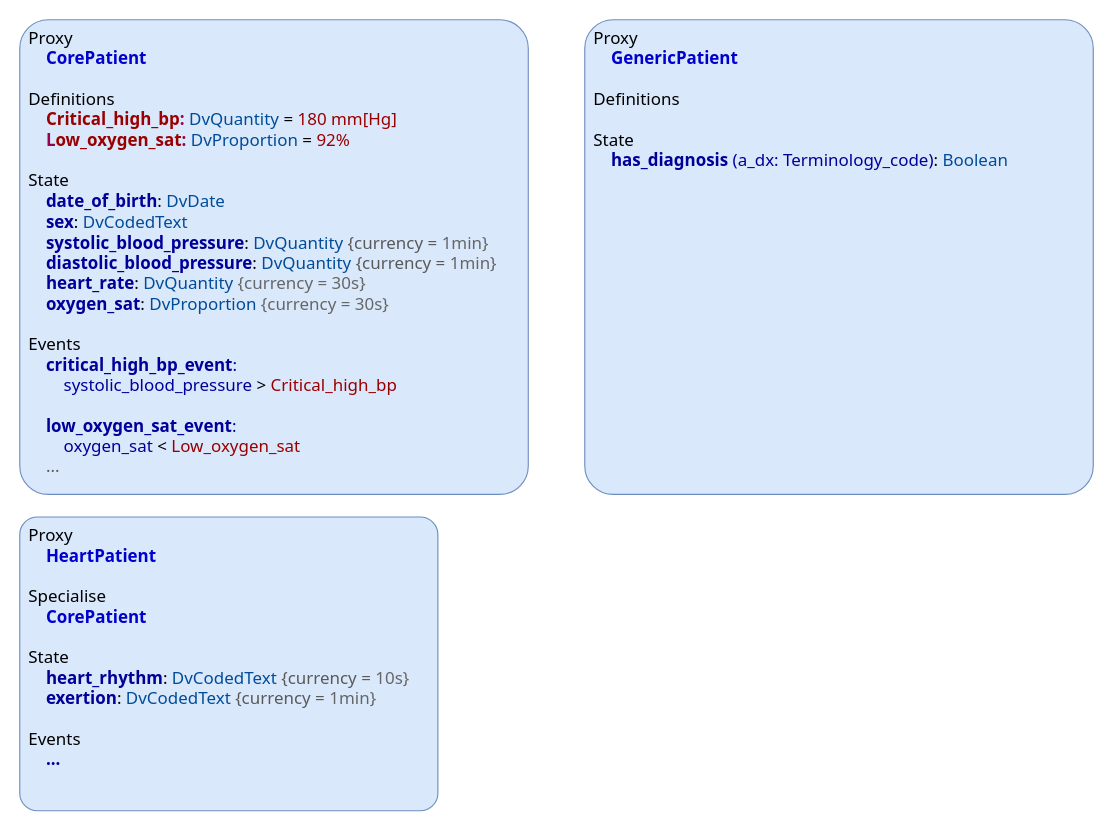
Before: docs/decision_language/diagrams/conceptual_proxy.drawio in openEHR/specifications-PROC, a draw.io diagram. Source tidied: cells renumbered, new cells numbered last; positions are measured from the earlier drawing's top-left corner, leaving out a move shared by most shapes. Both pictures are drawn from the tidied source at 113%, with x=0, y=0 at pixel (19, 19).
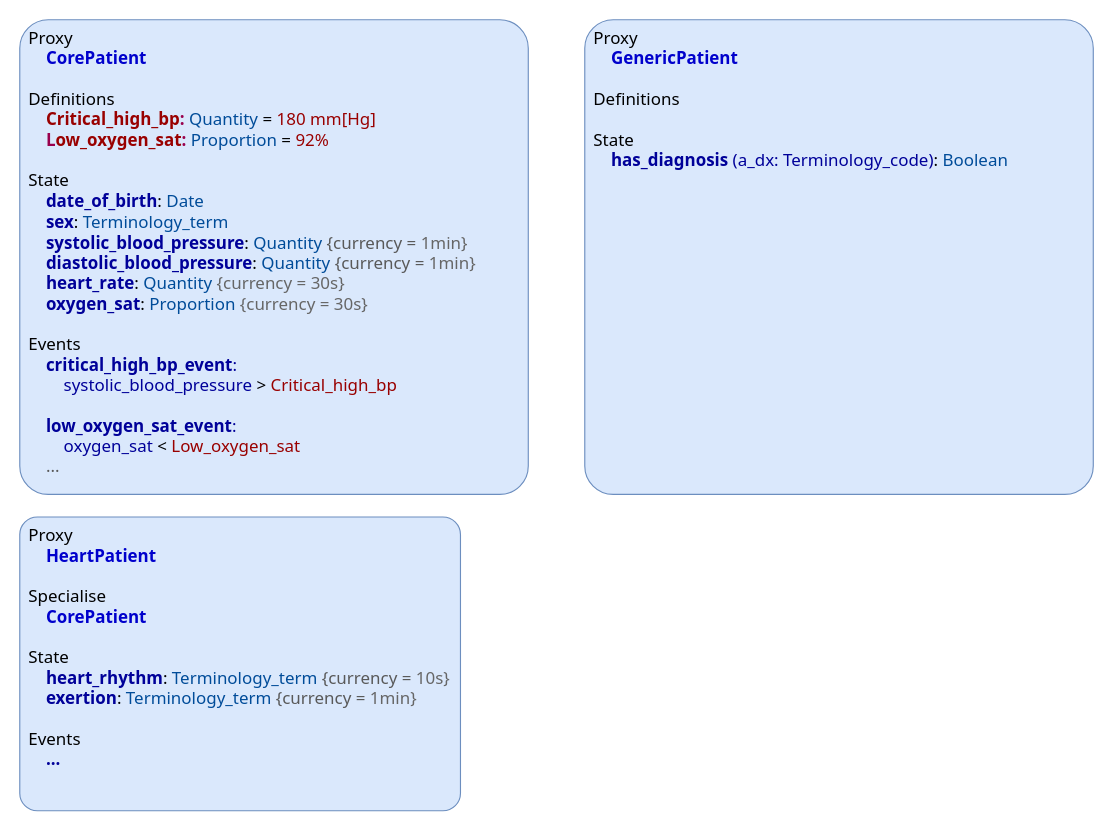
The same diagram, later.

Change to the diagram source:
```diff
@@
-    <mxCell id="2" value="&lt;div style=&quot;font-size: 15px&quot;&gt;&lt;font style=&quot;font-size: 15px&quot;&gt;&lt;span&gt;Proxy&lt;/span&gt;&lt;/font&gt;&lt;/div&gt;&lt;div style=&quot;font-size: 15px&quot;&gt;&lt;font style=&quot;font-size: 15px&quot;&gt;&lt;span&gt;&amp;nbsp; &amp;nbsp;&amp;nbsp;&lt;/span&gt;&lt;font style=&quot;font-size: 15px&quot;&gt;&lt;b&gt;&lt;font color=&quot;#0000cc&quot;&gt;HeartPatient&lt;/font&gt;&lt;/b&gt;&lt;font color=&quot;#004c99&quot;&gt;&amp;nbsp;&lt;/font&gt;&lt;/font&gt;&lt;/font&gt;&lt;/div&gt;&lt;div style=&quot;font-size: 15px&quot;&gt;&lt;font style=&quot;font-size: 15px&quot;&gt;&lt;font style=&quot;font-size: 15px&quot;&gt;&lt;font color=&quot;#004c99&quot;&gt;&lt;br&gt;&lt;/font&gt;&lt;/font&gt;&lt;/font&gt;&lt;/div&gt;&lt;div style=&quot;font-size: 15px&quot;&gt;Specialise&lt;/div&gt;&lt;div style=&quot;font-size: 15px&quot;&gt;&lt;font style=&quot;font-size: 15px&quot;&gt;&lt;font style=&quot;font-size: 15px&quot;&gt;&lt;font color=&quot;#004c99&quot;&gt;&amp;nbsp; &amp;nbsp;&amp;nbsp;&lt;/font&gt;&lt;b&gt;&lt;font color=&quot;#0000cc&quot;&gt;CorePatient&lt;/font&gt;&lt;/b&gt;&lt;/font&gt;&lt;/font&gt;&lt;/div&gt;&lt;div style=&quot;font-size: 15px&quot;&gt;&lt;br&gt;&lt;/div&gt;&lt;div style=&quot;font-size: 15px&quot;&gt;State&lt;/div&gt;&lt;font style=&quot;font-size: 15px&quot;&gt;&lt;span style=&quot;white-space: nowrap&quot;&gt;&lt;div style=&quot;font-weight: bold&quot;&gt;&lt;b&gt;&lt;font color=&quot;#990000&quot; style=&quot;font-size: 15px&quot;&gt;&amp;nbsp; &amp;nbsp; &lt;/font&gt;&lt;font style=&quot;font-size: 15px&quot; color=&quot;#000099&quot;&gt;heart_rhythm&lt;/font&gt;&lt;/b&gt;&lt;span style=&quot;font-weight: normal&quot;&gt;:&amp;nbsp;&lt;/span&gt;&lt;font color=&quot;#004c99&quot; style=&quot;font-weight: normal ; font-size: 15px&quot;&gt;DvCodedText&lt;/font&gt;&lt;span style=&quot;font-weight: normal&quot;&gt;&amp;nbsp;&lt;/span&gt;&lt;font color=&quot;#595959&quot; style=&quot;font-weight: normal ; font-size: 15px&quot;&gt;{currency =&amp;nbsp;&lt;/font&gt;&lt;font color=&quot;#666666&quot; style=&quot;font-weight: normal ; font-size: 15px&quot;&gt;10s}&lt;/font&gt;&lt;/div&gt;&lt;div&gt;&lt;div style=&quot;font-weight: bold&quot;&gt;&lt;b&gt;&lt;font color=&quot;#990000&quot;&gt;&amp;nbsp; &amp;nbsp; &lt;/font&gt;&lt;font color=&quot;#000099&quot;&gt;exertion&lt;/font&gt;&lt;/b&gt;&lt;span style=&quot;font-weight: normal&quot;&gt;:&amp;nbsp;&lt;/span&gt;&lt;font color=&quot;#004c99&quot; style=&quot;font-weight: normal&quot;&gt;DvCodedText&lt;/font&gt;&lt;span style=&quot;font-weight: normal&quot;&gt;&amp;nbsp;&lt;/span&gt;&lt;font color=&quot;#595959&quot; style=&quot;font-weight: normal&quot;&gt;{currency =&amp;nbsp;&lt;/font&gt;&lt;font color=&quot;#666666&quot; style=&quot;font-weight: normal&quot;&gt;1min}&lt;/font&gt;&lt;/div&gt;&lt;div style=&quot;font-weight: bold&quot;&gt;&lt;font color=&quot;#666666&quot; style=&quot;font-weight: normal&quot;&gt;&lt;br&gt;&lt;/font&gt;&lt;/div&gt;&lt;div style=&quot;font-weight: bold&quot;&gt;&lt;font style=&quot;font-weight: normal&quot;&gt;Events&lt;/font&gt;&lt;/div&gt;&lt;div&gt;&lt;font color=&quot;#666666&quot; style=&quot;font-weight: normal&quot;&gt;&amp;nbsp; &amp;nbsp; &lt;/font&gt;&lt;font color=&quot;#000099&quot;&gt;&lt;b&gt;...&lt;/b&gt;&lt;/font&gt;&lt;/div&gt;&lt;div style=&quot;font-weight: bold&quot;&gt;&lt;font color=&quot;#666666&quot; style=&quot;font-weight: normal&quot;&gt;&lt;br&gt;&lt;/font&gt;&lt;/div&gt;&lt;/div&gt;&lt;/span&gt;&lt;/font&gt;" style="rounded=1;whiteSpace=wrap;html=1;fontSize=16;arcSize=6;verticalAlign=top;fillColor=#dae8fc;strokeColor=#6c8ebf;fontFamily=Tahoma;align=left;spacingLeft=6;" parent="1" vertex="1">
-      <mxGeometry y="440" width="370" height="260" as="geometry" />
+    <mxCell id="2" value="&lt;div style=&quot;font-size: 15px&quot;&gt;&lt;font style=&quot;font-size: 15px&quot;&gt;&lt;span&gt;Proxy&lt;/span&gt;&lt;/font&gt;&lt;/div&gt;&lt;div style=&quot;font-size: 15px&quot;&gt;&lt;font style=&quot;font-size: 15px&quot;&gt;&lt;span&gt;&amp;nbsp; &amp;nbsp;&amp;nbsp;&lt;/span&gt;&lt;font style=&quot;font-size: 15px&quot;&gt;&lt;b&gt;&lt;font color=&quot;#0000cc&quot;&gt;HeartPatient&lt;/font&gt;&lt;/b&gt;&lt;font color=&quot;#004c99&quot;&gt;&amp;nbsp;&lt;/font&gt;&lt;/font&gt;&lt;/font&gt;&lt;/div&gt;&lt;div style=&quot;font-size: 15px&quot;&gt;&lt;font style=&quot;font-size: 15px&quot;&gt;&lt;font style=&quot;font-size: 15px&quot;&gt;&lt;font color=&quot;#004c99&quot;&gt;&lt;br&gt;&lt;/font&gt;&lt;/font&gt;&lt;/font&gt;&lt;/div&gt;&lt;div style=&quot;font-size: 15px&quot;&gt;Specialise&lt;/div&gt;&lt;div style=&quot;font-size: 15px&quot;&gt;&lt;font style=&quot;font-size: 15px&quot;&gt;&lt;font style=&quot;font-size: 15px&quot;&gt;&lt;font color=&quot;#004c99&quot;&gt;&amp;nbsp; &amp;nbsp;&amp;nbsp;&lt;/font&gt;&lt;b&gt;&lt;font color=&quot;#0000cc&quot;&gt;CorePatient&lt;/font&gt;&lt;/b&gt;&lt;/font&gt;&lt;/font&gt;&lt;/div&gt;&lt;div style=&quot;font-size: 15px&quot;&gt;&lt;br&gt;&lt;/div&gt;&lt;div style=&quot;font-size: 15px&quot;&gt;State&lt;/div&gt;&lt;font style=&quot;font-size: 15px&quot;&gt;&lt;span style=&quot;white-space: nowrap&quot;&gt;&lt;div style=&quot;font-weight: bold&quot;&gt;&lt;b&gt;&lt;font color=&quot;#990000&quot; style=&quot;font-size: 15px&quot;&gt;&amp;nbsp; &amp;nbsp; &lt;/font&gt;&lt;font style=&quot;font-size: 15px&quot; color=&quot;#000099&quot;&gt;heart_rhythm&lt;/font&gt;&lt;/b&gt;&lt;span style=&quot;font-weight: normal&quot;&gt;:&amp;nbsp;&lt;/span&gt;&lt;font color=&quot;#004c99&quot; style=&quot;font-weight: normal ; font-size: 15px&quot;&gt;Terminology_term&lt;/font&gt;&lt;span style=&quot;font-weight: normal&quot;&gt;&amp;nbsp;&lt;/span&gt;&lt;font color=&quot;#595959&quot; style=&quot;font-weight: normal ; font-size: 15px&quot;&gt;{currency =&amp;nbsp;&lt;/font&gt;&lt;font color=&quot;#666666&quot; style=&quot;font-weight: normal ; font-size: 15px&quot;&gt;10s}&lt;/font&gt;&lt;/div&gt;&lt;div&gt;&lt;div style=&quot;font-weight: bold&quot;&gt;&lt;b&gt;&lt;font color=&quot;#990000&quot;&gt;&amp;nbsp; &amp;nbsp; &lt;/font&gt;&lt;font color=&quot;#000099&quot;&gt;exertion&lt;/font&gt;&lt;/b&gt;&lt;span style=&quot;font-weight: normal&quot;&gt;:&amp;nbsp;&lt;/span&gt;&lt;font color=&quot;#004c99&quot; style=&quot;font-weight: normal&quot;&gt;Terminology_term&lt;/font&gt;&lt;span style=&quot;font-weight: normal&quot;&gt;&amp;nbsp;&lt;/span&gt;&lt;font color=&quot;#595959&quot; style=&quot;font-weight: normal&quot;&gt;{currency =&amp;nbsp;&lt;/font&gt;&lt;font color=&quot;#666666&quot; style=&quot;font-weight: normal&quot;&gt;1min}&lt;/font&gt;&lt;/div&gt;&lt;div style=&quot;font-weight: bold&quot;&gt;&lt;font color=&quot;#666666&quot; style=&quot;font-weight: normal&quot;&gt;&lt;br&gt;&lt;/font&gt;&lt;/div&gt;&lt;div style=&quot;font-weight: bold&quot;&gt;&lt;font style=&quot;font-weight: normal&quot;&gt;Events&lt;/font&gt;&lt;/div&gt;&lt;div&gt;&lt;font color=&quot;#666666&quot; style=&quot;font-weight: normal&quot;&gt;&amp;nbsp; &amp;nbsp; &lt;/font&gt;&lt;font color=&quot;#000099&quot;&gt;&lt;b&gt;...&lt;/b&gt;&lt;/font&gt;&lt;/div&gt;&lt;div style=&quot;font-weight: bold&quot;&gt;&lt;font color=&quot;#666666&quot; style=&quot;font-weight: normal&quot;&gt;&lt;br&gt;&lt;/font&gt;&lt;/div&gt;&lt;/div&gt;&lt;/span&gt;&lt;/font&gt;" style="rounded=1;whiteSpace=wrap;html=1;fontSize=16;arcSize=6;verticalAlign=top;fillColor=#dae8fc;strokeColor=#6c8ebf;fontFamily=Tahoma;align=left;spacingLeft=6;" parent="1" vertex="1">
+      <mxGeometry y="440" width="390" height="260" as="geometry" />
     </mxCell>
@@
-    <mxCell id="4" value="&lt;div style=&quot;font-size: 15px&quot;&gt;&lt;font style=&quot;font-size: 15px&quot;&gt;&lt;span&gt;Proxy&lt;/span&gt;&lt;/font&gt;&lt;/div&gt;&lt;div style=&quot;font-size: 15px&quot;&gt;&lt;font style=&quot;font-size: 15px&quot;&gt;&lt;font style=&quot;font-size: 15px&quot;&gt;&amp;nbsp; &amp;nbsp;&amp;nbsp;&lt;b&gt;&lt;font color=&quot;#0000cc&quot;&gt;CorePatient&lt;/font&gt;&lt;/b&gt;&lt;/font&gt;&lt;/font&gt;&lt;/div&gt;&lt;div style=&quot;font-size: 15px&quot;&gt;&lt;font style=&quot;font-size: 15px&quot;&gt;&lt;font style=&quot;font-size: 15px&quot;&gt;&lt;b style=&quot;color: rgb(153 , 0 , 77)&quot;&gt;&lt;br&gt;&lt;/b&gt;&lt;/font&gt;&lt;/font&gt;&lt;/div&gt;&lt;div style=&quot;font-size: 15px&quot;&gt;&lt;font style=&quot;font-size: 15px&quot;&gt;&lt;font style=&quot;font-size: 15px&quot;&gt;Definitions&lt;/font&gt;&lt;/font&gt;&lt;/div&gt;&lt;div style=&quot;font-size: 15px&quot;&gt;&lt;font style=&quot;font-size: 15px&quot;&gt;&lt;font style=&quot;font-size: 15px&quot;&gt;&lt;b style=&quot;color: rgb(153 , 0 , 77)&quot;&gt;&amp;nbsp; &amp;nbsp; &lt;/b&gt;&lt;b&gt;&lt;font color=&quot;#990000&quot;&gt;Critical_high_bp&lt;/font&gt;&lt;/b&gt;&lt;b style=&quot;color: rgb(153 , 0 , 77)&quot;&gt;: &lt;/b&gt;&lt;font color=&quot;#004c99&quot;&gt;DvQuantity&lt;/font&gt;&lt;font color=&quot;#000099&quot;&gt; &lt;/font&gt;=&lt;font color=&quot;#000099&quot;&gt; &lt;/font&gt;&lt;font color=&quot;#990000&quot;&gt;180 mm[Hg]&lt;/font&gt;&lt;/font&gt;&lt;/font&gt;&lt;/div&gt;&lt;div style=&quot;font-size: 15px&quot;&gt;&lt;font style=&quot;font-size: 15px&quot;&gt;&lt;font style=&quot;font-size: 15px&quot;&gt;&lt;div&gt;&lt;b style=&quot;color: rgb(153 , 0 , 77)&quot;&gt;&amp;nbsp; &amp;nbsp; L&lt;/b&gt;&lt;b&gt;&lt;font color=&quot;#990000&quot;&gt;ow_oxygen_sat&lt;/font&gt;&lt;/b&gt;&lt;b style=&quot;color: rgb(153 , 0 , 77)&quot;&gt;:&amp;nbsp;&lt;/b&gt;&lt;font color=&quot;#004c99&quot;&gt;DvProportion&lt;/font&gt;&lt;font color=&quot;#000099&quot;&gt;&amp;nbsp;&lt;/font&gt;=&lt;font color=&quot;#000099&quot;&gt;&amp;nbsp;&lt;/font&gt;&lt;font color=&quot;#990000&quot;&gt;92%&lt;/font&gt;&lt;/div&gt;&lt;div&gt;&lt;font color=&quot;#990000&quot;&gt;&lt;br&gt;&lt;/font&gt;&lt;/div&gt;&lt;/font&gt;&lt;/font&gt;&lt;/div&gt;&lt;div style=&quot;font-size: 15px&quot;&gt;State&lt;/div&gt;&lt;font style=&quot;font-size: 15px&quot;&gt;&lt;b style=&quot;white-space: nowrap&quot;&gt;&lt;font color=&quot;#990000&quot;&gt;&amp;nbsp; &amp;nbsp; &lt;/font&gt;&lt;font color=&quot;#000099&quot;&gt;date_of_birth&lt;/font&gt;&lt;/b&gt;&lt;span style=&quot;white-space: nowrap&quot;&gt;:&amp;nbsp;&lt;/span&gt;&lt;font color=&quot;#004c99&quot; style=&quot;white-space: nowrap&quot;&gt;DvDate&lt;/font&gt;&lt;b style=&quot;white-space: nowrap&quot;&gt;&lt;div&gt;&lt;b&gt;&lt;font color=&quot;#990000&quot;&gt;&amp;nbsp; &amp;nbsp; &lt;/font&gt;&lt;font color=&quot;#000099&quot;&gt;sex&lt;/font&gt;&lt;/b&gt;&lt;span style=&quot;font-weight: 400&quot;&gt;:&amp;nbsp;&lt;/span&gt;&lt;font color=&quot;#004c99&quot; style=&quot;font-weight: 400&quot;&gt;DvCodedText&lt;/font&gt;&lt;/div&gt;&lt;div&gt;&lt;b&gt;&lt;font color=&quot;#990000&quot; style=&quot;font-size: 15px&quot;&gt;&amp;nbsp; &amp;nbsp; &lt;/font&gt;&lt;font style=&quot;font-size: 15px&quot; color=&quot;#000099&quot;&gt;systolic_blood_pressure&lt;/font&gt;&lt;/b&gt;&lt;span style=&quot;font-weight: normal&quot;&gt;:&amp;nbsp;&lt;/span&gt;&lt;font color=&quot;#004c99&quot; style=&quot;font-weight: normal ; font-size: 15px&quot;&gt;DvQuantity&lt;/font&gt;&lt;span style=&quot;font-weight: normal&quot;&gt;&amp;nbsp;&lt;/span&gt;&lt;font color=&quot;#595959&quot; style=&quot;font-weight: normal ; font-size: 15px&quot;&gt;{currency =&amp;nbsp;&lt;/font&gt;&lt;font color=&quot;#666666&quot; style=&quot;font-weight: normal ; font-size: 15px&quot;&gt;1min}&lt;/font&gt;&lt;/div&gt;&lt;div&gt;&lt;b&gt;&lt;font color=&quot;#990000&quot;&gt;&amp;nbsp; &amp;nbsp; &lt;/font&gt;&lt;font color=&quot;#000099&quot;&gt;diastolic_blood_pressure&lt;/font&gt;&lt;/b&gt;&lt;span style=&quot;font-weight: normal&quot;&gt;:&amp;nbsp;&lt;/span&gt;&lt;font color=&quot;#004c99&quot; style=&quot;font-weight: normal&quot;&gt;DvQuantity&lt;/font&gt;&lt;span style=&quot;font-weight: normal&quot;&gt;&amp;nbsp;&lt;/span&gt;&lt;font color=&quot;#595959&quot; style=&quot;font-weight: normal&quot;&gt;{currency =&amp;nbsp;&lt;/font&gt;&lt;font color=&quot;#666666&quot; style=&quot;font-weight: normal&quot;&gt;1min}&lt;/font&gt;&lt;span style=&quot;font-weight: normal&quot;&gt;&lt;br&gt;&lt;/span&gt;&lt;/div&gt;&lt;/b&gt;&lt;font style=&quot;white-space: nowrap ; font-size: 15px&quot;&gt;&lt;div&gt;&lt;font style=&quot;font-size: 15px&quot;&gt;&lt;b&gt;&lt;font color=&quot;#990000&quot;&gt;&amp;nbsp; &amp;nbsp; &lt;/font&gt;&lt;font color=&quot;#000099&quot;&gt;heart_rate&lt;/font&gt;&lt;/b&gt;&lt;/font&gt;&lt;span style=&quot;color: rgb(0 , 0 , 0)&quot;&gt;:&amp;nbsp;&lt;/span&gt;&lt;font color=&quot;#004c99&quot; style=&quot;font-size: 15px&quot;&gt;DvQuantity&lt;/font&gt;&lt;span style=&quot;color: rgb(0 , 0 , 0)&quot;&gt;&amp;nbsp;&lt;/span&gt;&lt;font style=&quot;font-size: 15px&quot; color=&quot;#666666&quot;&gt;{currency = 30s}&lt;/font&gt;&lt;/div&gt;&lt;div&gt;&lt;b&gt;&lt;font color=&quot;#990000&quot;&gt;&amp;nbsp; &amp;nbsp;&amp;nbsp;&lt;/font&gt;&lt;font color=&quot;#000099&quot;&gt;oxygen_sat&lt;/font&gt;&lt;/b&gt;:&amp;nbsp;&lt;font color=&quot;#004c99&quot;&gt;DvProportion&lt;/font&gt;&amp;nbsp;&lt;font color=&quot;#666666&quot;&gt;{currency = 30s}&lt;/font&gt;&lt;font style=&quot;font-size: 15px&quot; color=&quot;#666666&quot;&gt;&lt;br&gt;&lt;/font&gt;&lt;/div&gt;&lt;div&gt;&lt;font color=&quot;#666666&quot;&gt;&lt;br&gt;&lt;/font&gt;&lt;/div&gt;&lt;div&gt;&lt;div style=&quot;font-weight: bold&quot;&gt;&lt;font style=&quot;font-weight: normal&quot;&gt;Events&lt;/font&gt;&lt;/div&gt;&lt;div&gt;&lt;font color=&quot;#666666&quot;&gt;&amp;nbsp; &amp;nbsp;&amp;nbsp;&lt;/font&gt;&lt;font color=&quot;#000099&quot;&gt;&lt;b&gt;critical_high_bp_event&lt;/b&gt;:&lt;/font&gt;&lt;/div&gt;&lt;div&gt;&lt;font color=&quot;#666666&quot;&gt;&amp;nbsp; &amp;nbsp; &amp;nbsp; &amp;nbsp;&amp;nbsp;&lt;/font&gt;&lt;font color=&quot;#000099&quot;&gt;systolic_blood_pressure&lt;/font&gt;&lt;font color=&quot;#666666&quot;&gt;&amp;nbsp;&lt;/font&gt;&amp;gt;&lt;font color=&quot;#666666&quot;&gt;&amp;nbsp;&lt;/font&gt;&lt;font color=&quot;#990000&quot;&gt;Critical_high_bp&lt;/font&gt;&lt;/div&gt;&lt;/div&gt;&lt;div&gt;&lt;font color=&quot;#990000&quot;&gt;&lt;br&gt;&lt;/font&gt;&lt;/div&gt;&lt;div&gt;&lt;font color=&quot;#666666&quot;&gt;&amp;nbsp; &amp;nbsp;&amp;nbsp;&lt;/font&gt;&lt;font color=&quot;#000099&quot;&gt;&lt;b&gt;low_oxygen_sat_event&lt;/b&gt;:&lt;/font&gt;&lt;/div&gt;&lt;div&gt;&lt;font color=&quot;#666666&quot;&gt;&amp;nbsp; &amp;nbsp; &amp;nbsp; &amp;nbsp;&amp;nbsp;&lt;/font&gt;&lt;font color=&quot;#000099&quot;&gt;oxygen_sat&lt;/font&gt;&lt;font color=&quot;#666666&quot;&gt;&amp;nbsp;&lt;/font&gt;&lt;span&gt;&amp;lt;&lt;/span&gt;&lt;font color=&quot;#666666&quot;&gt;&amp;nbsp;&lt;/font&gt;&lt;font color=&quot;#990000&quot;&gt;Low_oxygen_sat&lt;/font&gt;&lt;/div&gt;&lt;div&gt;&lt;font color=&quot;#595959&quot;&gt;&amp;nbsp; &amp;nbsp; ...&lt;/font&gt;&lt;/div&gt;&lt;/font&gt;&lt;/font&gt;" style="rounded=1;whiteSpace=wrap;html=1;fontSize=16;arcSize=6;verticalAlign=top;fillColor=#dae8fc;strokeColor=#6c8ebf;fontFamily=Tahoma;align=left;spacingLeft=6;" parent="1" vertex="1">
+    <mxCell id="4" value="&lt;div style=&quot;font-size: 15px&quot;&gt;&lt;font style=&quot;font-size: 15px&quot;&gt;&lt;span&gt;Proxy&lt;/span&gt;&lt;/font&gt;&lt;/div&gt;&lt;div style=&quot;font-size: 15px&quot;&gt;&lt;font style=&quot;font-size: 15px&quot;&gt;&lt;font style=&quot;font-size: 15px&quot;&gt;&amp;nbsp; &amp;nbsp;&amp;nbsp;&lt;b&gt;&lt;font color=&quot;#0000cc&quot;&gt;CorePatient&lt;/font&gt;&lt;/b&gt;&lt;/font&gt;&lt;/font&gt;&lt;/div&gt;&lt;div style=&quot;font-size: 15px&quot;&gt;&lt;font style=&quot;font-size: 15px&quot;&gt;&lt;font style=&quot;font-size: 15px&quot;&gt;&lt;b style=&quot;color: rgb(153 , 0 , 77)&quot;&gt;&lt;br&gt;&lt;/b&gt;&lt;/font&gt;&lt;/font&gt;&lt;/div&gt;&lt;div style=&quot;font-size: 15px&quot;&gt;&lt;font style=&quot;font-size: 15px&quot;&gt;&lt;font style=&quot;font-size: 15px&quot;&gt;Definitions&lt;/font&gt;&lt;/font&gt;&lt;/div&gt;&lt;div style=&quot;font-size: 15px&quot;&gt;&lt;font style=&quot;font-size: 15px&quot;&gt;&lt;font style=&quot;font-size: 15px&quot;&gt;&lt;b style=&quot;color: rgb(153 , 0 , 77)&quot;&gt;&amp;nbsp; &amp;nbsp; &lt;/b&gt;&lt;b&gt;&lt;font color=&quot;#990000&quot;&gt;Critical_high_bp&lt;/font&gt;&lt;/b&gt;&lt;b style=&quot;color: rgb(153 , 0 , 77)&quot;&gt;: &lt;/b&gt;&lt;font color=&quot;#004c99&quot;&gt;Quantity&lt;/font&gt;&lt;font color=&quot;#000099&quot;&gt; &lt;/font&gt;=&lt;font color=&quot;#000099&quot;&gt; &lt;/font&gt;&lt;font color=&quot;#990000&quot;&gt;180 mm[Hg]&lt;/font&gt;&lt;/font&gt;&lt;/font&gt;&lt;/div&gt;&lt;div style=&quot;font-size: 15px&quot;&gt;&lt;font style=&quot;font-size: 15px&quot;&gt;&lt;font style=&quot;font-size: 15px&quot;&gt;&lt;div&gt;&lt;b style=&quot;color: rgb(153 , 0 , 77)&quot;&gt;&amp;nbsp; &amp;nbsp; L&lt;/b&gt;&lt;b&gt;&lt;font color=&quot;#990000&quot;&gt;ow_oxygen_sat&lt;/font&gt;&lt;/b&gt;&lt;b style=&quot;color: rgb(153 , 0 , 77)&quot;&gt;:&amp;nbsp;&lt;/b&gt;&lt;font color=&quot;#004c99&quot;&gt;Proportion&lt;/font&gt;&lt;font color=&quot;#000099&quot;&gt;&amp;nbsp;&lt;/font&gt;=&lt;font color=&quot;#000099&quot;&gt;&amp;nbsp;&lt;/font&gt;&lt;font color=&quot;#990000&quot;&gt;92%&lt;/font&gt;&lt;/div&gt;&lt;div&gt;&lt;font color=&quot;#990000&quot;&gt;&lt;br&gt;&lt;/font&gt;&lt;/div&gt;&lt;/font&gt;&lt;/font&gt;&lt;/div&gt;&lt;div style=&quot;font-size: 15px&quot;&gt;State&lt;/div&gt;&lt;font style=&quot;font-size: 15px&quot;&gt;&lt;b style=&quot;white-space: nowrap&quot;&gt;&lt;font color=&quot;#990000&quot;&gt;&amp;nbsp; &amp;nbsp; &lt;/font&gt;&lt;font color=&quot;#000099&quot;&gt;date_of_birth&lt;/font&gt;&lt;/b&gt;&lt;span style=&quot;white-space: nowrap&quot;&gt;:&amp;nbsp;&lt;/span&gt;&lt;font color=&quot;#004c99&quot; style=&quot;white-space: nowrap&quot;&gt;Date&lt;/font&gt;&lt;b style=&quot;white-space: nowrap&quot;&gt;&lt;div&gt;&lt;b&gt;&lt;font color=&quot;#990000&quot;&gt;&amp;nbsp; &amp;nbsp; &lt;/font&gt;&lt;font color=&quot;#000099&quot;&gt;sex&lt;/font&gt;&lt;/b&gt;&lt;span style=&quot;font-weight: 400&quot;&gt;:&amp;nbsp;&lt;/span&gt;&lt;font color=&quot;#004c99&quot; style=&quot;font-weight: 400&quot;&gt;Terminology_term&lt;/font&gt;&lt;/div&gt;&lt;div&gt;&lt;b&gt;&lt;font color=&quot;#990000&quot; style=&quot;font-size: 15px&quot;&gt;&amp;nbsp; &amp;nbsp; &lt;/font&gt;&lt;font style=&quot;font-size: 15px&quot; color=&quot;#000099&quot;&gt;systolic_blood_pressure&lt;/font&gt;&lt;/b&gt;&lt;span style=&quot;font-weight: normal&quot;&gt;:&amp;nbsp;&lt;/span&gt;&lt;font color=&quot;#004c99&quot; style=&quot;font-weight: normal ; font-size: 15px&quot;&gt;Quantity&lt;/font&gt;&lt;span style=&quot;font-weight: normal&quot;&gt;&amp;nbsp;&lt;/span&gt;&lt;font color=&quot;#595959&quot; style=&quot;font-weight: normal ; font-size: 15px&quot;&gt;{currency =&amp;nbsp;&lt;/font&gt;&lt;font color=&quot;#666666&quot; style=&quot;font-weight: normal ; font-size: 15px&quot;&gt;1min}&lt;/font&gt;&lt;/div&gt;&lt;div&gt;&lt;b&gt;&lt;font color=&quot;#990000&quot;&gt;&amp;nbsp; &amp;nbsp; &lt;/font&gt;&lt;font color=&quot;#000099&quot;&gt;diastolic_blood_pressure&lt;/font&gt;&lt;/b&gt;&lt;span style=&quot;font-weight: normal&quot;&gt;:&amp;nbsp;&lt;/span&gt;&lt;font color=&quot;#004c99&quot; style=&quot;font-weight: normal&quot;&gt;Quantity&lt;/font&gt;&lt;span style=&quot;font-weight: normal&quot;&gt;&amp;nbsp;&lt;/span&gt;&lt;font color=&quot;#595959&quot; style=&quot;font-weight: normal&quot;&gt;{currency =&amp;nbsp;&lt;/font&gt;&lt;font color=&quot;#666666&quot; style=&quot;font-weight: normal&quot;&gt;1min}&lt;/font&gt;&lt;span style=&quot;font-weight: normal&quot;&gt;&lt;br&gt;&lt;/span&gt;&lt;/div&gt;&lt;/b&gt;&lt;font style=&quot;white-space: nowrap ; font-size: 15px&quot;&gt;&lt;div&gt;&lt;font style=&quot;font-size: 15px&quot;&gt;&lt;b&gt;&lt;font color=&quot;#990000&quot;&gt;&amp;nbsp; &amp;nbsp; &lt;/font&gt;&lt;font color=&quot;#000099&quot;&gt;heart_rate&lt;/font&gt;&lt;/b&gt;&lt;/font&gt;&lt;span style=&quot;color: rgb(0 , 0 , 0)&quot;&gt;:&amp;nbsp;&lt;/span&gt;&lt;font color=&quot;#004c99&quot; style=&quot;font-size: 15px&quot;&gt;Quantity&lt;/font&gt;&lt;span style=&quot;color: rgb(0 , 0 , 0)&quot;&gt;&amp;nbsp;&lt;/span&gt;&lt;font style=&quot;font-size: 15px&quot; color=&quot;#666666&quot;&gt;{currency = 30s}&lt;/font&gt;&lt;/div&gt;&lt;div&gt;&lt;b&gt;&lt;font color=&quot;#990000&quot;&gt;&amp;nbsp; &amp;nbsp;&amp;nbsp;&lt;/font&gt;&lt;font color=&quot;#000099&quot;&gt;oxygen_sat&lt;/font&gt;&lt;/b&gt;:&amp;nbsp;&lt;font color=&quot;#004c99&quot;&gt;Proportion&lt;/font&gt;&amp;nbsp;&lt;font color=&quot;#666666&quot;&gt;{currency = 30s}&lt;/font&gt;&lt;font style=&quot;font-size: 15px&quot; color=&quot;#666666&quot;&gt;&lt;br&gt;&lt;/font&gt;&lt;/div&gt;&lt;div&gt;&lt;font color=&quot;#666666&quot;&gt;&lt;br&gt;&lt;/font&gt;&lt;/div&gt;&lt;div&gt;&lt;div style=&quot;font-weight: bold&quot;&gt;&lt;font style=&quot;font-weight: normal&quot;&gt;Events&lt;/font&gt;&lt;/div&gt;&lt;div&gt;&lt;font color=&quot;#666666&quot;&gt;&amp;nbsp; &amp;nbsp;&amp;nbsp;&lt;/font&gt;&lt;font color=&quot;#000099&quot;&gt;&lt;b&gt;critical_high_bp_event&lt;/b&gt;:&lt;/font&gt;&lt;/div&gt;&lt;div&gt;&lt;font color=&quot;#666666&quot;&gt;&amp;nbsp; &amp;nbsp; &amp;nbsp; &amp;nbsp;&amp;nbsp;&lt;/font&gt;&lt;font color=&quot;#000099&quot;&gt;systolic_blood_pressure&lt;/font&gt;&lt;font color=&quot;#666666&quot;&gt;&amp;nbsp;&lt;/font&gt;&amp;gt;&lt;font color=&quot;#666666&quot;&gt;&amp;nbsp;&lt;/font&gt;&lt;font color=&quot;#990000&quot;&gt;Critical_high_bp&lt;/font&gt;&lt;/div&gt;&lt;/div&gt;&lt;div&gt;&lt;font color=&quot;#990000&quot;&gt;&lt;br&gt;&lt;/font&gt;&lt;/div&gt;&lt;div&gt;&lt;font color=&quot;#666666&quot;&gt;&amp;nbsp; &amp;nbsp;&amp;nbsp;&lt;/font&gt;&lt;font color=&quot;#000099&quot;&gt;&lt;b&gt;low_oxygen_sat_event&lt;/b&gt;:&lt;/font&gt;&lt;/div&gt;&lt;div&gt;&lt;font color=&quot;#666666&quot;&gt;&amp;nbsp; &amp;nbsp; &amp;nbsp; &amp;nbsp;&amp;nbsp;&lt;/font&gt;&lt;font color=&quot;#000099&quot;&gt;oxygen_sat&lt;/font&gt;&lt;font color=&quot;#666666&quot;&gt;&amp;nbsp;&lt;/font&gt;&lt;span&gt;&amp;lt;&lt;/span&gt;&lt;font color=&quot;#666666&quot;&gt;&amp;nbsp;&lt;/font&gt;&lt;font color=&quot;#990000&quot;&gt;Low_oxygen_sat&lt;/font&gt;&lt;/div&gt;&lt;div&gt;&lt;font color=&quot;#595959&quot;&gt;&amp;nbsp; &amp;nbsp; ...&lt;/font&gt;&lt;/div&gt;&lt;/font&gt;&lt;/font&gt;" style="rounded=1;whiteSpace=wrap;html=1;fontSize=16;arcSize=6;verticalAlign=top;fillColor=#dae8fc;strokeColor=#6c8ebf;fontFamily=Tahoma;align=left;spacingLeft=6;" parent="1" vertex="1">
       <mxGeometry width="450" height="420" as="geometry" />
     </mxCell>
```
